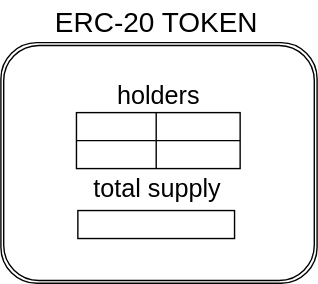
Before: static/img/drawings/patterns_erc20.svg, a diagram exported from draw.io (GoFungible/interop-site). Source tidied: cells renumbered, new cells last; positions are measured from the earlier drawing's top-left corner, leaving out a move shared by most shapes.
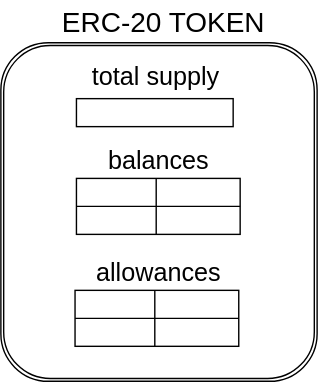
After the change.

Diff of the diagram source:
```diff
@@ -2,23 +2,29 @@
   <root>
     <mxCell id="0" />
     <mxCell id="1" parent="0" />
-    <mxCell id="2" style="shape=ext;double=1;rounded=1;whiteSpace=wrap;html=1;" parent="1" vertex="1">
-      <mxGeometry y="30" width="226" height="172" as="geometry" />
-    </mxCell>
+    <mxCell id="8" style="shape=ext;double=1;rounded=1;whiteSpace=wrap;html=1;" parent="1" vertex="1">
+      <mxGeometry x="248" y="20" width="226" height="242" as="geometry" />
+    </mxCell>
     <mxCell id="3" value="&lt;font style=&quot;font-size: 20px;&quot;&gt;ERC-20 TOKEN&lt;/font&gt;" style="text;html=1;whiteSpace=wrap;strokeColor=none;fillColor=none;align=center;verticalAlign=middle;rounded=0;" parent="1" vertex="1">
-      <mxGeometry x="34" width="155" height="30" as="geometry" />
+      <mxGeometry x="287" y="-10" width="155" height="30" as="geometry" />
     </mxCell>
-    <mxCell id="4" style="shape=internalStorage;whiteSpace=wrap;html=1;backgroundOutline=1;dx=57;dy=20;" parent="1" vertex="1">
-      <mxGeometry x="54" y="80" width="117" height="40" as="geometry" />
-    </mxCell>
-    <mxCell id="5" value="&lt;font style=&quot;font-size: 18px;&quot;&gt;holders&lt;/font&gt;" style="text;html=1;whiteSpace=wrap;strokeColor=none;fillColor=none;align=center;verticalAlign=middle;rounded=0;" parent="1" vertex="1">
-      <mxGeometry x="83" y="53" width="60" height="30" as="geometry" />
-    </mxCell>
-    <mxCell id="6" style="rounded=0;whiteSpace=wrap;html=1;" parent="1" vertex="1">
-      <mxGeometry x="55" y="150" width="112" height="20" as="geometry" />
-    </mxCell>
+    <mxCell id="9" style="shape=internalStorage;whiteSpace=wrap;html=1;backgroundOutline=1;dx=57;dy=20;" parent="1" vertex="1">
+      <mxGeometry x="302" y="117" width="117" height="40" as="geometry" />
+    </mxCell>
+    <mxCell id="10" value="&lt;font style=&quot;font-size: 18px;&quot;&gt;balances&lt;/font&gt;" style="text;html=1;whiteSpace=wrap;strokeColor=none;fillColor=none;align=center;verticalAlign=middle;rounded=0;" parent="1" vertex="1">
+      <mxGeometry x="316" y="90" width="90" height="30" as="geometry" />
+    </mxCell>
+    <mxCell id="11" style="rounded=0;whiteSpace=wrap;html=1;" parent="1" vertex="1">
+      <mxGeometry x="302" y="60" width="112" height="20" as="geometry" />
+    </mxCell>
     <mxCell id="7" value="&lt;font style=&quot;font-size: 18px;&quot;&gt;total supply&lt;/font&gt;" style="text;html=1;whiteSpace=wrap;strokeColor=none;fillColor=none;align=center;verticalAlign=middle;rounded=0;" parent="1" vertex="1">
-      <mxGeometry x="57" y="120" width="110" height="30" as="geometry" />
+      <mxGeometry x="304" y="30" width="110" height="30" as="geometry" />
     </mxCell>
+    <mxCell id="12" style="shape=internalStorage;whiteSpace=wrap;html=1;backgroundOutline=1;dx=57;dy=20;" parent="1" vertex="1">
+      <mxGeometry x="301" y="197" width="117" height="40" as="geometry" />
+    </mxCell>
+    <mxCell id="13" value="&lt;font style=&quot;font-size: 18px;&quot;&gt;allowances&lt;/font&gt;" style="text;html=1;whiteSpace=wrap;strokeColor=none;fillColor=none;align=center;verticalAlign=middle;rounded=0;" parent="1" vertex="1">
+      <mxGeometry x="306" y="170" width="110" height="30" as="geometry" />
+    </mxCell>
   </root>
 </mxGraphModel>
```
